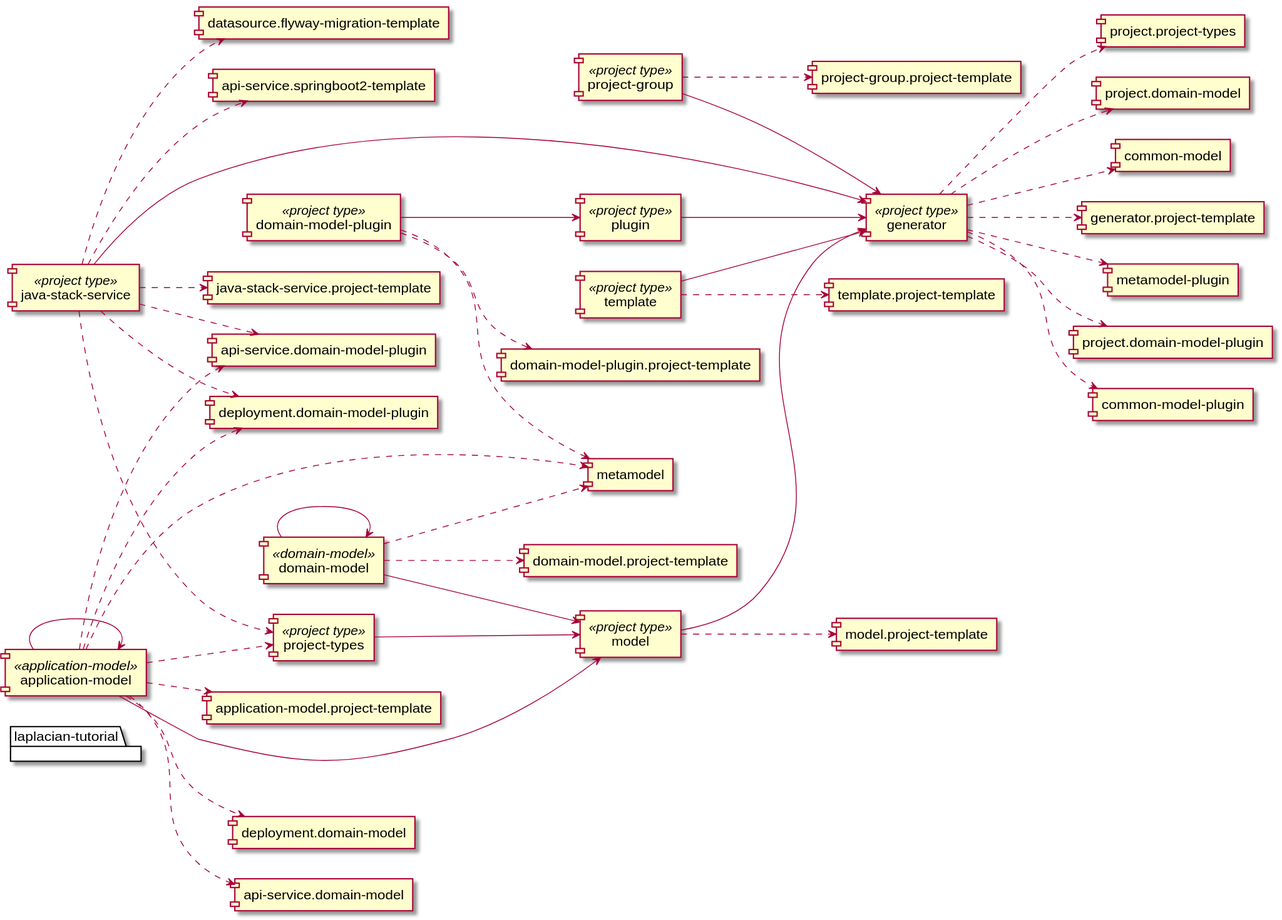
Above: doc/image/project-dependency-graph.svg in laplacian-tutorial/generated-project (PlantUML), before the change.
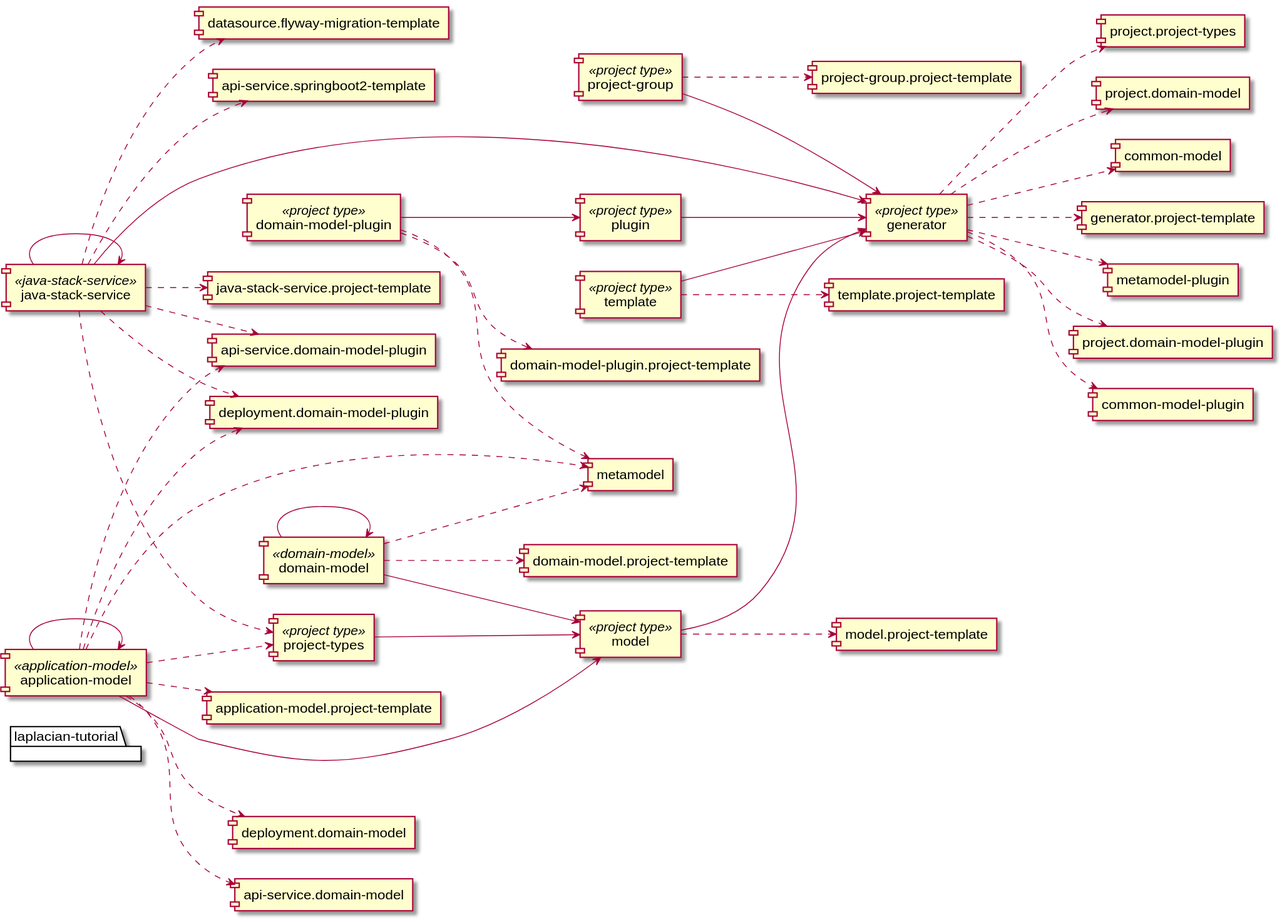
Later version of the same file.

The edit, as a diff of the source:
```diff
@@ -27,6 +27,8 @@
 package "laplacian-tutorial" {
   [application-model] <<application-model>>
   [application-model] --> [application-model]
+  [java-stack-service] <<java-stack-service>>
+  [java-stack-service] --> [java-stack-service]
   [domain-model] <<domain-model>>
   [domain-model] --> [domain-model]
 }
```
